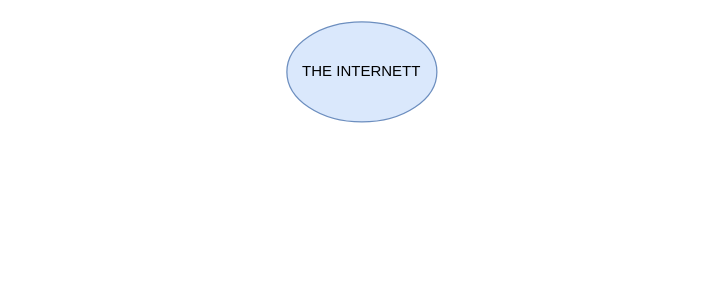
This is latitude.drawio from eastoncrafter/networkdiagram, a draw.io file, before an edit. Source tidied: cells renumbered, new cells numbered last; positions are measured from the earlier drawing's top-left corner, leaving out a move shared by most shapes. Both pictures are drawn from the tidied source at 125%, with x=0, y=0 at pixel (286, 21).
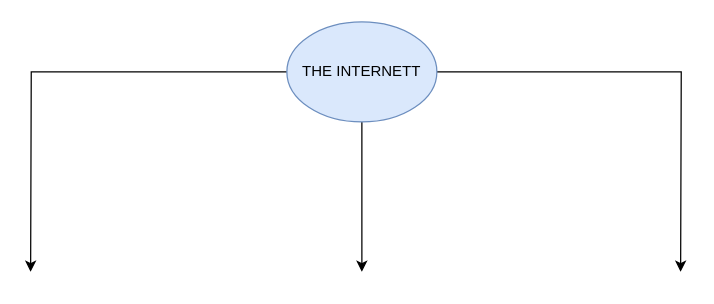
After the change.

What changed in the source:
```diff
@@
 <mxGraphModel>
   <root>
     <mxCell id="0" />
     <mxCell id="1" parent="0" />
+    <mxCell id="3" style="edgeStyle=orthogonalEdgeStyle;rounded=0;jettySize=auto;html=1;exitX=0;exitY=0.5;exitDx=0;exitDy=0;" parent="1" edge="1" source="2">
+      <mxGeometry relative="1" as="geometry">
+        <mxPoint x="-205" y="200" as="targetPoint" />
+      </mxGeometry>
+    </mxCell>
+    <mxCell id="4" style="edgeStyle=orthogonalEdgeStyle;rounded=0;jettySize=auto;html=1;exitX=0.5;exitY=1;exitDx=0;exitDy=0;" parent="1" edge="1" source="2">
+      <mxGeometry relative="1" as="geometry">
+        <mxPoint x="60" y="200" as="targetPoint" />
+      </mxGeometry>
+    </mxCell>
+    <mxCell id="5" style="edgeStyle=orthogonalEdgeStyle;rounded=0;jettySize=auto;html=1;exitX=1;exitY=0.5;exitDx=0;exitDy=0;" parent="1" edge="1" source="2">
+      <mxGeometry relative="1" as="geometry">
+        <mxPoint x="315" y="200" as="targetPoint" />
+      </mxGeometry>
+    </mxCell>
     <mxCell id="2" value="THE INTERNETT" style="ellipse;whiteSpace=wrap;html=1;fillColor=#dae8fc;strokeColor=#6c8ebf;" parent="1" vertex="1">
       <mxGeometry width="120" height="80" as="geometry" />
     </mxCell>
   </root>
 </mxGraphModel>
```
